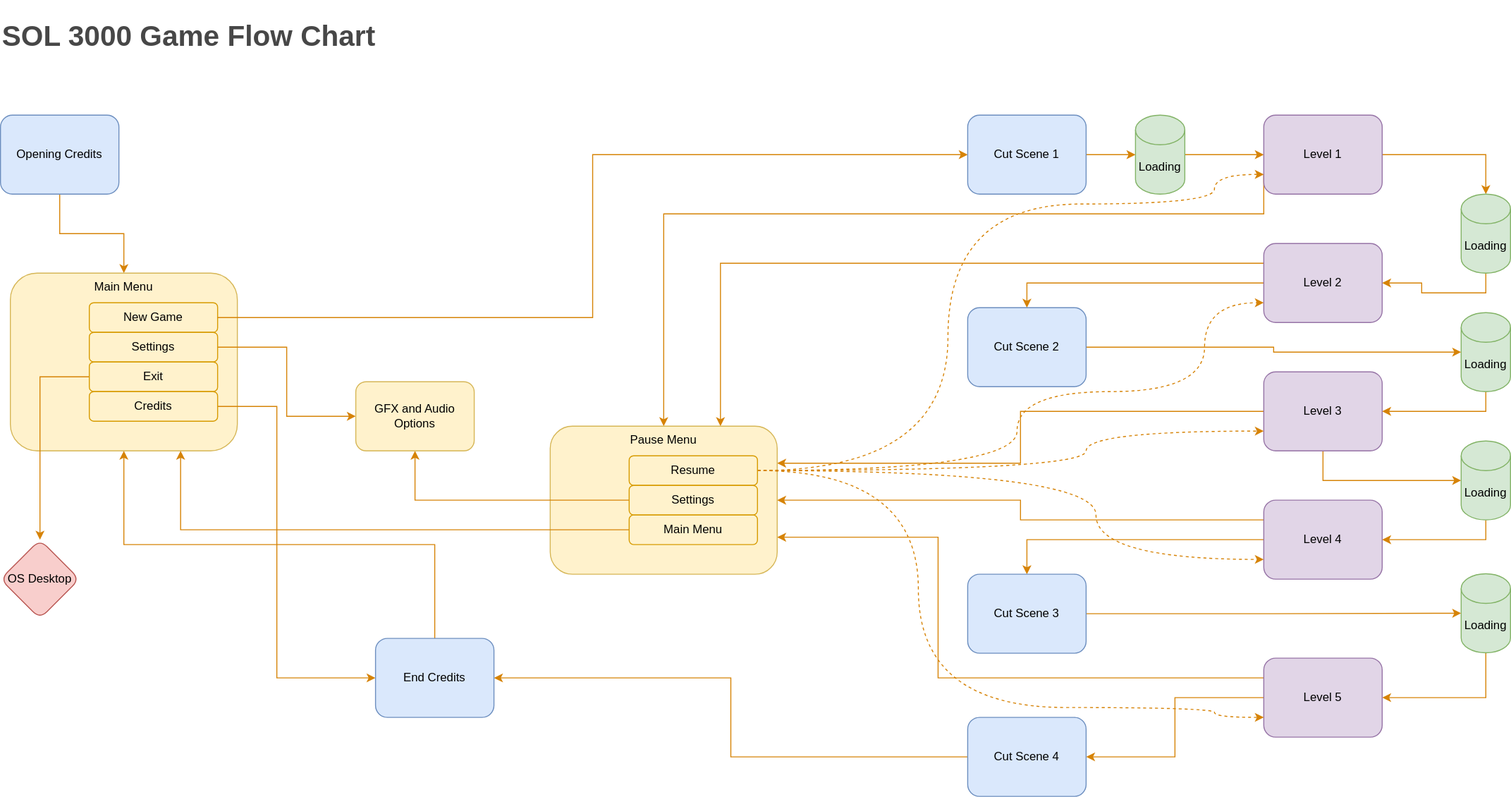
Before: SOL3000-GameplayFlowchart.drawio.svg, a diagram exported from draw.io (xsinick/SOL3000). Source tidied: cells renumbered, new cells last; positions are measured from the earlier drawing's top-left corner, leaving out a move shared by most shapes.
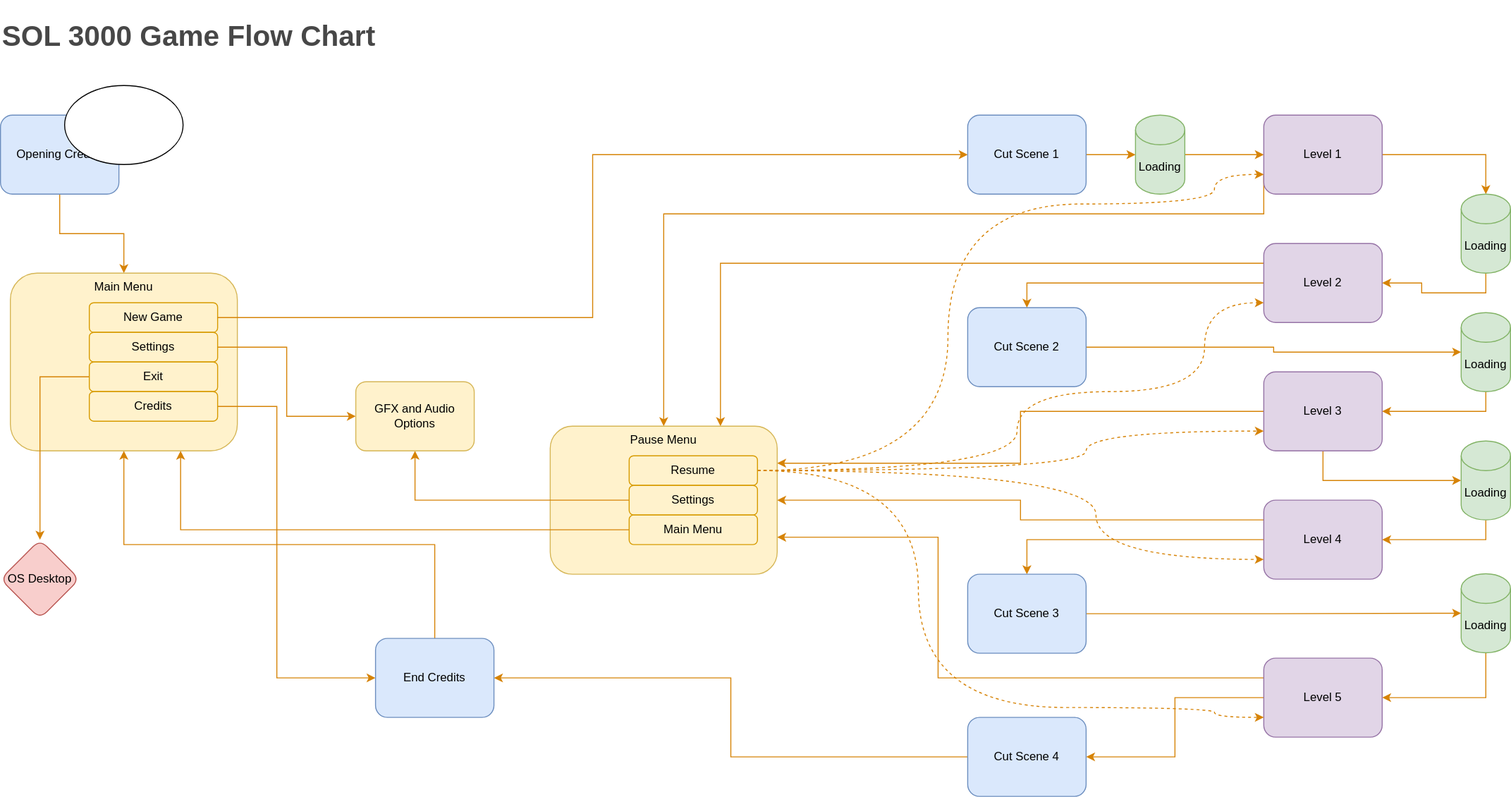
Above is the later version.

What changed in the source:
```diff
@@ -228,5 +228,8 @@
     <mxCell id="61" value="&lt;h1 style=&quot;font-size: 29px&quot;&gt;&lt;font style=&quot;font-size: 29px&quot; color=&quot;#474747&quot;&gt;SOL 3000 Game Flow Chart&lt;/font&gt;&lt;/h1&gt;" style="text;html=1;align=left;verticalAlign=middle;strokeColor=none;fillColor=none;" parent="1" vertex="1">
       <mxGeometry width="390" height="60" as="geometry" />
     </mxCell>
+    <mxCell id="62" style="ellipse;whiteSpace=wrap;html=1;" parent="1" vertex="1">
+      <mxGeometry x="65" y="80" width="120" height="80" as="geometry" />
+    </mxCell>
   </root>
 </mxGraphModel>
```
